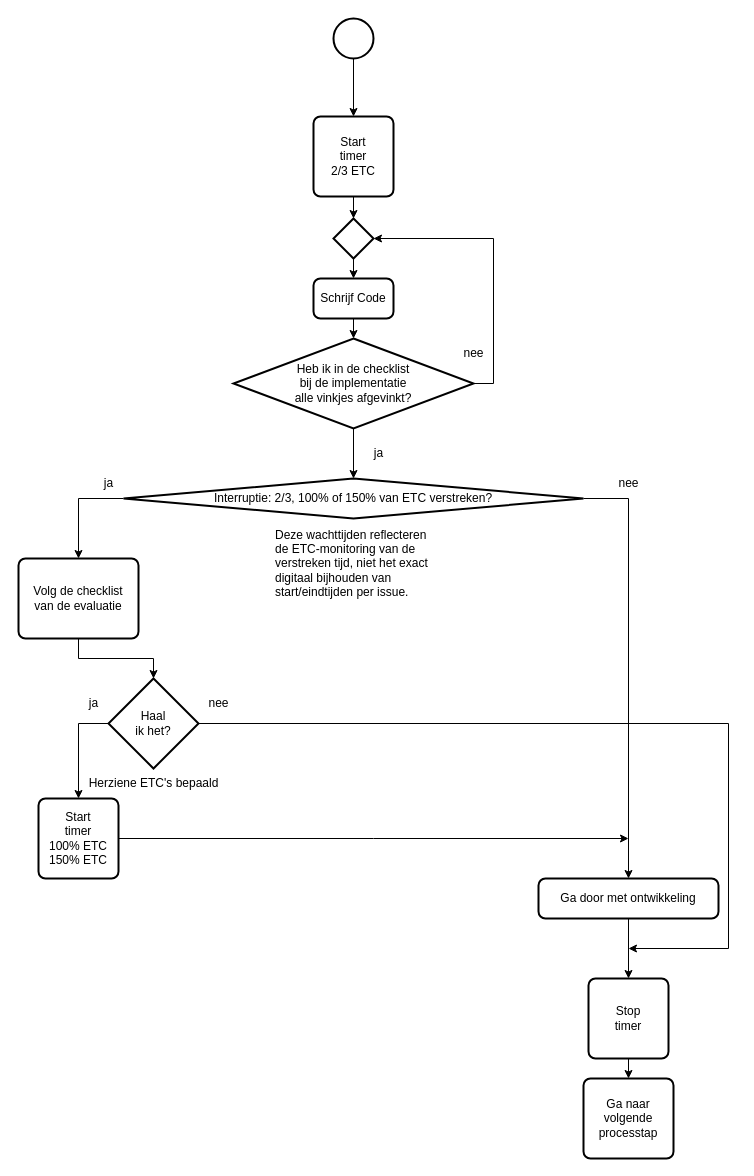
This is 4 Issue Tracker implementatie.drawio from Zaibatsu89/IssueTracker, a draw.io file, before an edit. Source tidied: cells renumbered, new cells numbered last; positions are measured from the earlier drawing's top-left corner, leaving out a move shared by most shapes. Both pictures are drawn from the tidied source at 100%, with x=0, y=0 at pixel (18, 18).
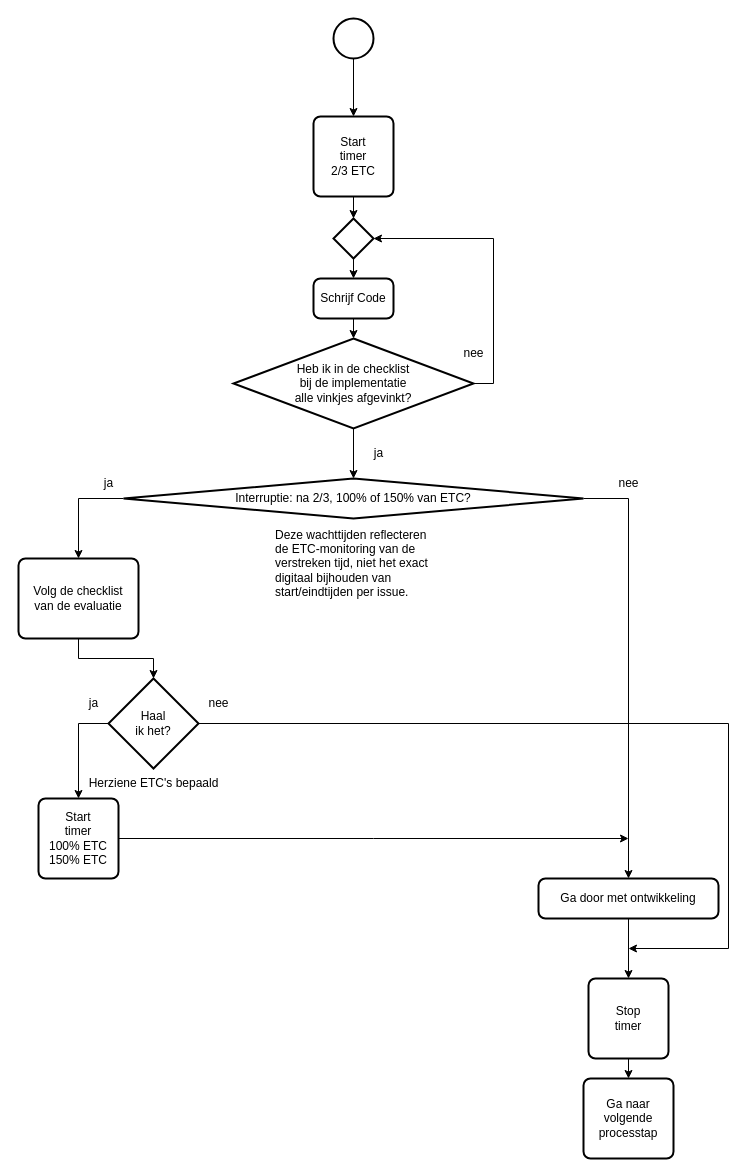
After the change.

The edit, as a diff of the source:
```diff
@@
-    <mxCell id="13" value="Interruptie: 2/3, 100% of 150% van ETC verstreken?" style="strokeWidth=2;html=1;shape=mxgraph.flowchart.decision;whiteSpace=wrap;" parent="1" vertex="1">
+    <mxCell id="13" value="Interruptie: na 2/3, 100% of 150% van ETC?" style="strokeWidth=2;html=1;shape=mxgraph.flowchart.decision;whiteSpace=wrap;" parent="1" vertex="1">
       <mxGeometry x="105" y="460" width="460" height="40" as="geometry" />
     </mxCell>
```
